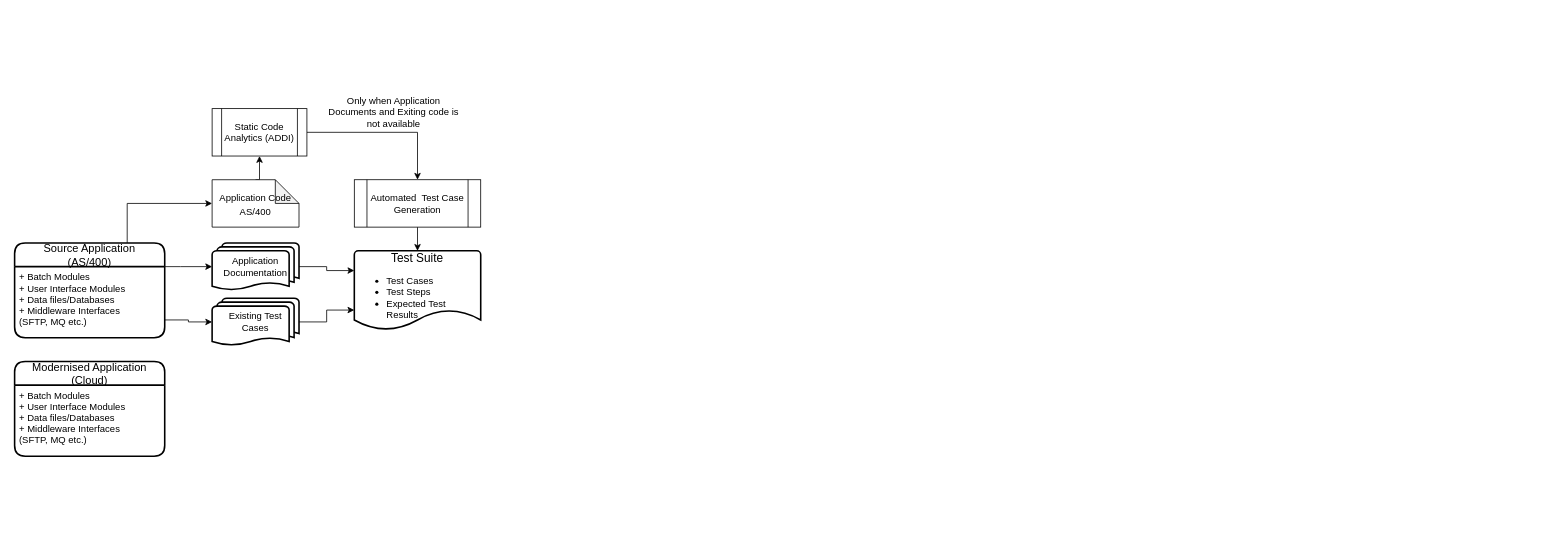
This is Untitled Diagram.drawio from ilanjaya/TestCOE, a draw.io file, before an edit. Source tidied: cells renumbered, new cells numbered last; positions are measured from the earlier drawing's top-left corner, leaving out a move shared by most shapes. Both pictures are drawn from the tidied source at 79%, with x=0, y=0 at pixel (14, 100).
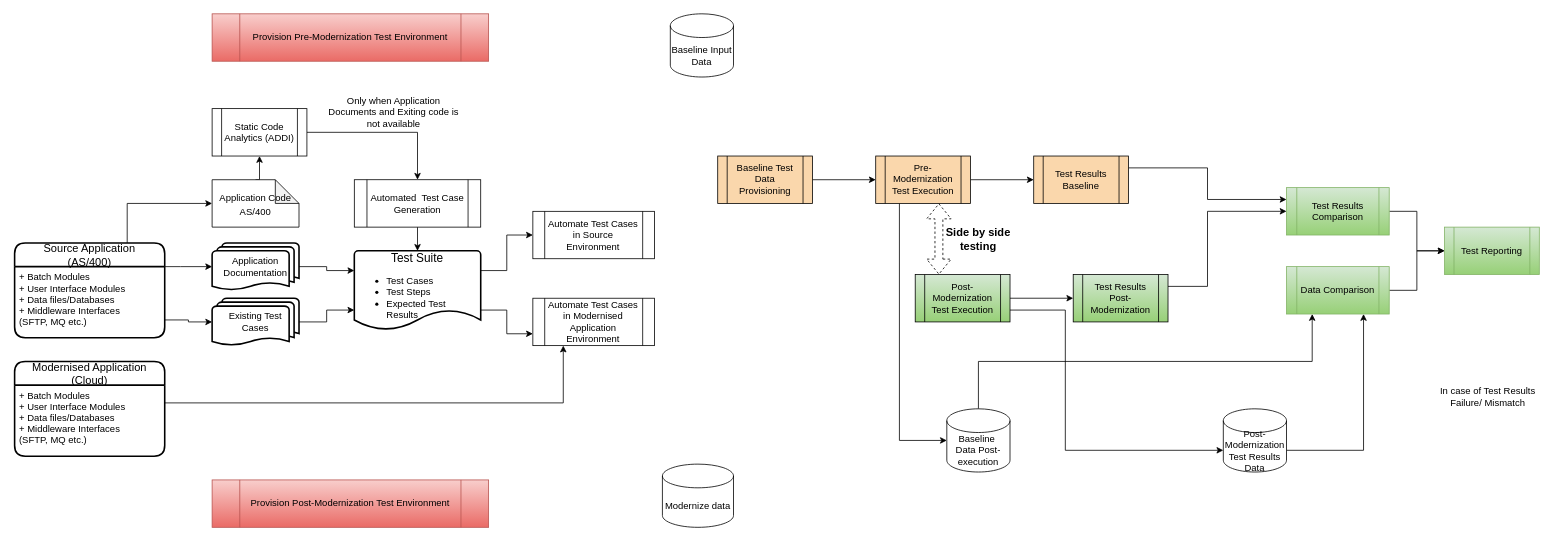
The same diagram, later.

The change refers to these unchanged cells:
```xml
<mxCell id="6" value="+ Batch Modules&#10;+ User Interface Modules&#10;+ Data files/Databases&#10;+ Middleware Interfaces &#10;(SFTP, MQ etc.)" style="align=left;strokeColor=none;fillColor=none;spacingLeft=4;fontSize=12;verticalAlign=top;" parent="5" vertex="1">
  <mxGeometry y="30" width="190" height="90" as="geometry" />
</mxCell>
<mxCell id="11" value="&lt;span style=&quot;text-align: left;&quot;&gt;&lt;font style=&quot;font-size: 15px;&quot;&gt;Test Suite&lt;/font&gt;&lt;/span&gt;&lt;br&gt;&lt;ul&gt;&lt;li style=&quot;text-align: left;&quot;&gt;Test Cases&lt;/li&gt;&lt;li style=&quot;text-align: left;&quot;&gt;Test Steps&lt;/li&gt;&lt;li&gt;&lt;div style=&quot;text-align: left;&quot;&gt;Expected Test Results&lt;/div&gt;&lt;/li&gt;&lt;/ul&gt;" style="strokeWidth=2;html=1;shape=mxgraph.flowchart.document2;whiteSpace=wrap;size=0.25;" parent="1" vertex="1">
  <mxGeometry x="430" y="190" width="160" height="100" as="geometry" />
</mxCell>
```

What changed in the source:
```diff
@@
+    <mxCell id="21" style="edgeStyle=orthogonalEdgeStyle;rounded=0;jettySize=auto;html=1;exitX=1;exitY=0.25;exitDx=0;exitDy=0;exitPerimeter=0;entryX=0;entryY=0.5;entryDx=0;entryDy=0;fontSize=12;" parent="1" edge="1" source="11" target="50">
+      <mxGeometry relative="1" as="geometry" />
+    </mxCell>
+    <mxCell id="22" style="edgeStyle=orthogonalEdgeStyle;rounded=0;jettySize=auto;html=1;exitX=1;exitY=0.75;exitDx=0;exitDy=0;exitPerimeter=0;entryX=0;entryY=0.75;entryDx=0;entryDy=0;fontSize=12;" parent="1" edge="1" source="11" target="51">
+      <mxGeometry relative="1" as="geometry" />
+    </mxCell>
@@
+    <mxCell id="23" style="edgeStyle=orthogonalEdgeStyle;rounded=0;jettySize=auto;html=1;exitX=1;exitY=0.5;exitDx=0;exitDy=0;entryX=0;entryY=0.5;entryDx=0;entryDy=0;" parent="1" edge="1" source="25" target="27">
+      <mxGeometry relative="1" as="geometry" />
+    </mxCell>
+    <mxCell id="24" style="edgeStyle=orthogonalEdgeStyle;rounded=0;jettySize=auto;html=1;exitX=0.25;exitY=1;exitDx=0;exitDy=0;entryX=0;entryY=0.5;entryDx=0;entryDy=0;entryPerimeter=0;" parent="1" edge="1" source="25" target="42">
+      <mxGeometry relative="1" as="geometry" />
+    </mxCell>
+    <mxCell id="25" value="Pre-Modernization Test Execution" style="shape=process;whiteSpace=wrap;html=1;backgroundOutline=1;fillColor=#fad7ac;" parent="1" vertex="1">
+      <mxGeometry x="1090" y="70" width="120" height="60" as="geometry" />
+    </mxCell>
+    <mxCell id="26" style="edgeStyle=orthogonalEdgeStyle;rounded=0;jettySize=auto;html=1;exitX=1;exitY=0.25;exitDx=0;exitDy=0;entryX=0;entryY=0.25;entryDx=0;entryDy=0;" parent="1" edge="1" source="27" target="36">
+      <mxGeometry relative="1" as="geometry" />
+    </mxCell>
+    <mxCell id="27" value="Test Results Baseline" style="shape=process;whiteSpace=wrap;html=1;backgroundOutline=1;fillColor=#fad7ac;" parent="1" vertex="1">
+      <mxGeometry x="1290" y="70" width="120" height="60" as="geometry" />
+    </mxCell>
+    <mxCell id="28" style="edgeStyle=orthogonalEdgeStyle;rounded=0;jettySize=auto;html=1;exitX=1;exitY=0.5;exitDx=0;exitDy=0;entryX=0;entryY=0.5;entryDx=0;entryDy=0;" parent="1" edge="1" source="29" target="25">
+      <mxGeometry relative="1" as="geometry" />
+    </mxCell>
+    <mxCell id="29" value="Baseline Test Data Provisioning" style="shape=process;whiteSpace=wrap;html=1;backgroundOutline=1;fillColor=#fad7ac;" parent="1" vertex="1">
+      <mxGeometry x="890" y="70" width="120" height="60" as="geometry" />
+    </mxCell>
+    <mxCell id="30" style="edgeStyle=orthogonalEdgeStyle;rounded=0;jettySize=auto;html=1;exitX=1;exitY=0.5;exitDx=0;exitDy=0;entryX=0;entryY=0.5;entryDx=0;entryDy=0;" parent="1" edge="1" source="32" target="34">
+      <mxGeometry relative="1" as="geometry" />
+    </mxCell>
+    <mxCell id="31" style="edgeStyle=orthogonalEdgeStyle;rounded=0;jettySize=auto;html=1;exitX=1;exitY=0.75;exitDx=0;exitDy=0;entryX=0;entryY=0;entryDx=0;entryDy=52.5;entryPerimeter=0;" parent="1" edge="1" source="32" target="44">
+      <mxGeometry relative="1" as="geometry">
+        <Array as="points">
+          <mxPoint x="1330" y="265" />
+          <mxPoint x="1330" y="443" />
+        </Array>
+      </mxGeometry>
+    </mxCell>
+    <mxCell id="32" value="Post-Modernization Test Execution" style="shape=process;whiteSpace=wrap;html=1;backgroundOutline=1;gradientColor=#97d077;fillColor=#d5e8d4;" parent="1" vertex="1">
+      <mxGeometry x="1140" y="220" width="120" height="60" as="geometry" />
+    </mxCell>
+    <mxCell id="33" style="edgeStyle=orthogonalEdgeStyle;rounded=0;jettySize=auto;html=1;exitX=1;exitY=0.25;exitDx=0;exitDy=0;entryX=0;entryY=0.5;entryDx=0;entryDy=0;" parent="1" edge="1" source="34" target="36">
+      <mxGeometry relative="1" as="geometry">
+        <Array as="points">
+          <mxPoint x="1510" y="235" />
+          <mxPoint x="1510" y="140" />
+        </Array>
+      </mxGeometry>
+    </mxCell>
+    <mxCell id="34" value="Test Results Post-Modernization" style="shape=process;whiteSpace=wrap;html=1;backgroundOutline=1;gradientColor=#97d077;fillColor=#d5e8d4;" parent="1" vertex="1">
+      <mxGeometry x="1340" y="220" width="120" height="60" as="geometry" />
+    </mxCell>
+    <mxCell id="35" style="edgeStyle=orthogonalEdgeStyle;rounded=0;jettySize=auto;html=1;exitX=1;exitY=0.5;exitDx=0;exitDy=0;" parent="1" edge="1" source="36" target="39">
+      <mxGeometry relative="1" as="geometry" />
+    </mxCell>
+    <mxCell id="36" value="Test Results Comparison" style="shape=process;whiteSpace=wrap;html=1;backgroundOutline=1;gradientColor=#97d077;fillColor=#d5e8d4;strokeColor=#82b366;" parent="1" vertex="1">
+      <mxGeometry x="1610" y="110" width="130" height="60" as="geometry" />
+    </mxCell>
+    <mxCell id="37" style="edgeStyle=orthogonalEdgeStyle;rounded=0;jettySize=auto;html=1;exitX=1;exitY=0.5;exitDx=0;exitDy=0;entryX=0;entryY=0.5;entryDx=0;entryDy=0;" parent="1" edge="1" source="38" target="39">
+      <mxGeometry relative="1" as="geometry" />
+    </mxCell>
+    <mxCell id="38" value="Data Comparison" style="shape=process;whiteSpace=wrap;html=1;backgroundOutline=1;gradientColor=#97d077;fillColor=#d5e8d4;strokeColor=#82b366;" parent="1" vertex="1">
+      <mxGeometry x="1610" y="210" width="130" height="60" as="geometry" />
+    </mxCell>
+    <mxCell id="39" value="Test Reporting" style="shape=process;whiteSpace=wrap;html=1;backgroundOutline=1;gradientColor=#97d077;fillColor=#d5e8d4;strokeColor=#82b366;" parent="1" vertex="1">
+      <mxGeometry x="1810" y="160" width="120" height="60" as="geometry" />
+    </mxCell>
+    <mxCell id="40" value="Baseline Input Data" style="shape=cylinder3;whiteSpace=wrap;html=1;boundedLbl=1;backgroundOutline=1;size=15;" parent="1" vertex="1">
+      <mxGeometry x="830" y="-110" width="80" height="80" as="geometry" />
+    </mxCell>
+    <mxCell id="41" style="edgeStyle=orthogonalEdgeStyle;rounded=0;jettySize=auto;html=1;exitX=0.5;exitY=0;exitDx=0;exitDy=0;exitPerimeter=0;entryX=0.25;entryY=1;entryDx=0;entryDy=0;" parent="1" edge="1" source="42" target="38">
+      <mxGeometry relative="1" as="geometry" />
+    </mxCell>
+    <mxCell id="42" value="Baseline&amp;nbsp; Data Post-execution" style="shape=cylinder3;whiteSpace=wrap;html=1;boundedLbl=1;backgroundOutline=1;size=15;" parent="1" vertex="1">
+      <mxGeometry x="1180" y="390" width="80" height="80" as="geometry" />
+    </mxCell>
+    <mxCell id="43" style="edgeStyle=orthogonalEdgeStyle;rounded=0;jettySize=auto;html=1;exitX=1;exitY=0;exitDx=0;exitDy=52.5;exitPerimeter=0;entryX=0.75;entryY=1;entryDx=0;entryDy=0;" parent="1" edge="1" source="44" target="38">
+      <mxGeometry relative="1" as="geometry" />
+    </mxCell>
+    <mxCell id="44" value="Post-Modernization Test Results Data" style="shape=cylinder3;whiteSpace=wrap;html=1;boundedLbl=1;backgroundOutline=1;size=15;" parent="1" vertex="1">
+      <mxGeometry x="1530" y="390" width="80" height="80" as="geometry" />
+    </mxCell>
+    <mxCell id="45" style="shape=flexArrow;endArrow=classic;startArrow=classic;html=1;rounded=0;dashed=1;edgeStyle=orthogonalEdgeStyle;" parent="1" edge="1">
+      <mxGeometry relative="1" as="geometry">
+        <mxPoint x="1170" y="220" as="sourcePoint" />
+        <mxPoint x="1170" y="130" as="targetPoint" />
+      </mxGeometry>
+    </mxCell>
+    <mxCell id="46" value="&lt;font style=&quot;font-size: 14px&quot;&gt;&lt;b&gt;Side by side testing&lt;/b&gt;&lt;/font&gt;" style="text;html=1;strokeColor=none;fillColor=none;align=center;verticalAlign=middle;whiteSpace=wrap;rounded=0;" parent="1" vertex="1">
+      <mxGeometry x="1175" y="160" width="90" height="30" as="geometry" />
+    </mxCell>
+    <mxCell id="47" value="Provision Pre-Modernization Test Environment" style="shape=process;whiteSpace=wrap;html=1;backgroundOutline=1;fillColor=#f8cecc;gradientColor=#ea6b66;strokeColor=#b85450;" parent="1" vertex="1">
+      <mxGeometry x="250" y="-110" width="350" height="60" as="geometry" />
+    </mxCell>
+    <mxCell id="48" value="Provision Post-Modernization Test Environment" style="shape=process;whiteSpace=wrap;html=1;backgroundOutline=1;fillColor=#f8cecc;gradientColor=#ea6b66;strokeColor=#b85450;" parent="1" vertex="1">
+      <mxGeometry x="250" y="480" width="350" height="60" as="geometry" />
+    </mxCell>
+    <mxCell id="49" value="In case of Test Results Failure/ Mismatch" style="text;html=1;strokeColor=none;fillColor=none;align=center;verticalAlign=middle;whiteSpace=wrap;rounded=0;" parent="1" vertex="1">
+      <mxGeometry x="1790" y="360" width="150" height="30" as="geometry" />
+    </mxCell>
+    <mxCell id="50" value="Automate Test Cases in Source Environment" style="shape=process;whiteSpace=wrap;html=1;backgroundOutline=1;fontSize=12;" parent="1" vertex="1">
+      <mxGeometry x="656" y="140" width="154" height="60" as="geometry" />
+    </mxCell>
+    <mxCell id="51" value="Automate Test Cases in Modernised&lt;br&gt;Application Environment" style="shape=process;whiteSpace=wrap;html=1;backgroundOutline=1;fontSize=12;" parent="1" vertex="1">
+      <mxGeometry x="656" y="250" width="154" height="60" as="geometry" />
+    </mxCell>
+    <mxCell id="52" style="edgeStyle=orthogonalEdgeStyle;rounded=0;jettySize=auto;html=1;exitX=1;exitY=0.25;exitDx=0;exitDy=0;entryX=0.25;entryY=1;entryDx=0;entryDy=0;fontSize=12;" parent="1" edge="1" source="6" target="51">
+      <mxGeometry relative="1" as="geometry" />
+    </mxCell>
+    <mxCell id="53" value="Modernize data" style="shape=cylinder3;whiteSpace=wrap;html=1;boundedLbl=1;backgroundOutline=1;size=15;" parent="1" vertex="1">
+      <mxGeometry x="820" y="460" width="90" height="80" as="geometry" />
+    </mxCell>
```
